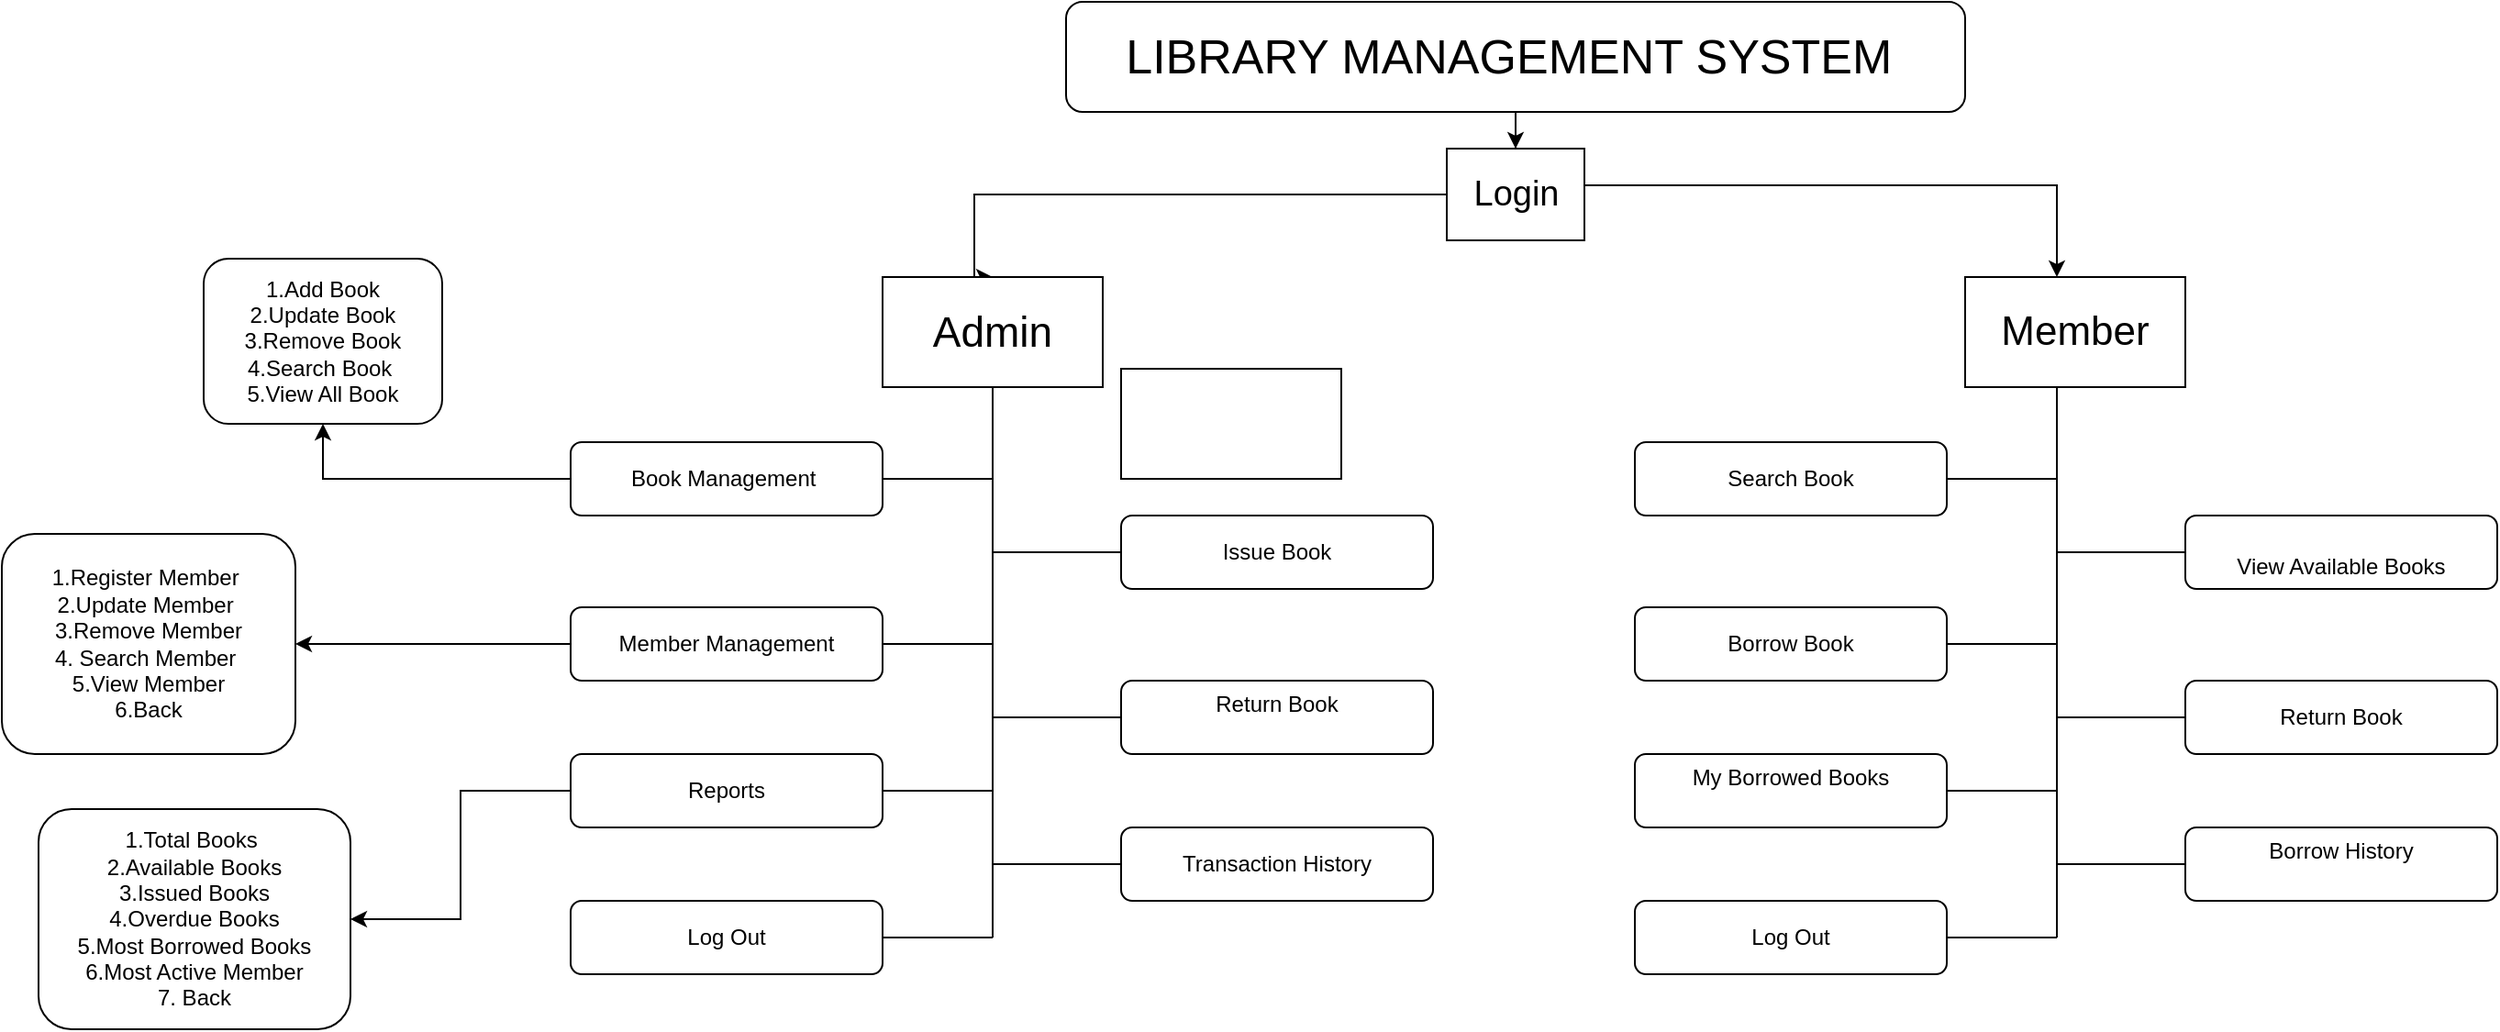
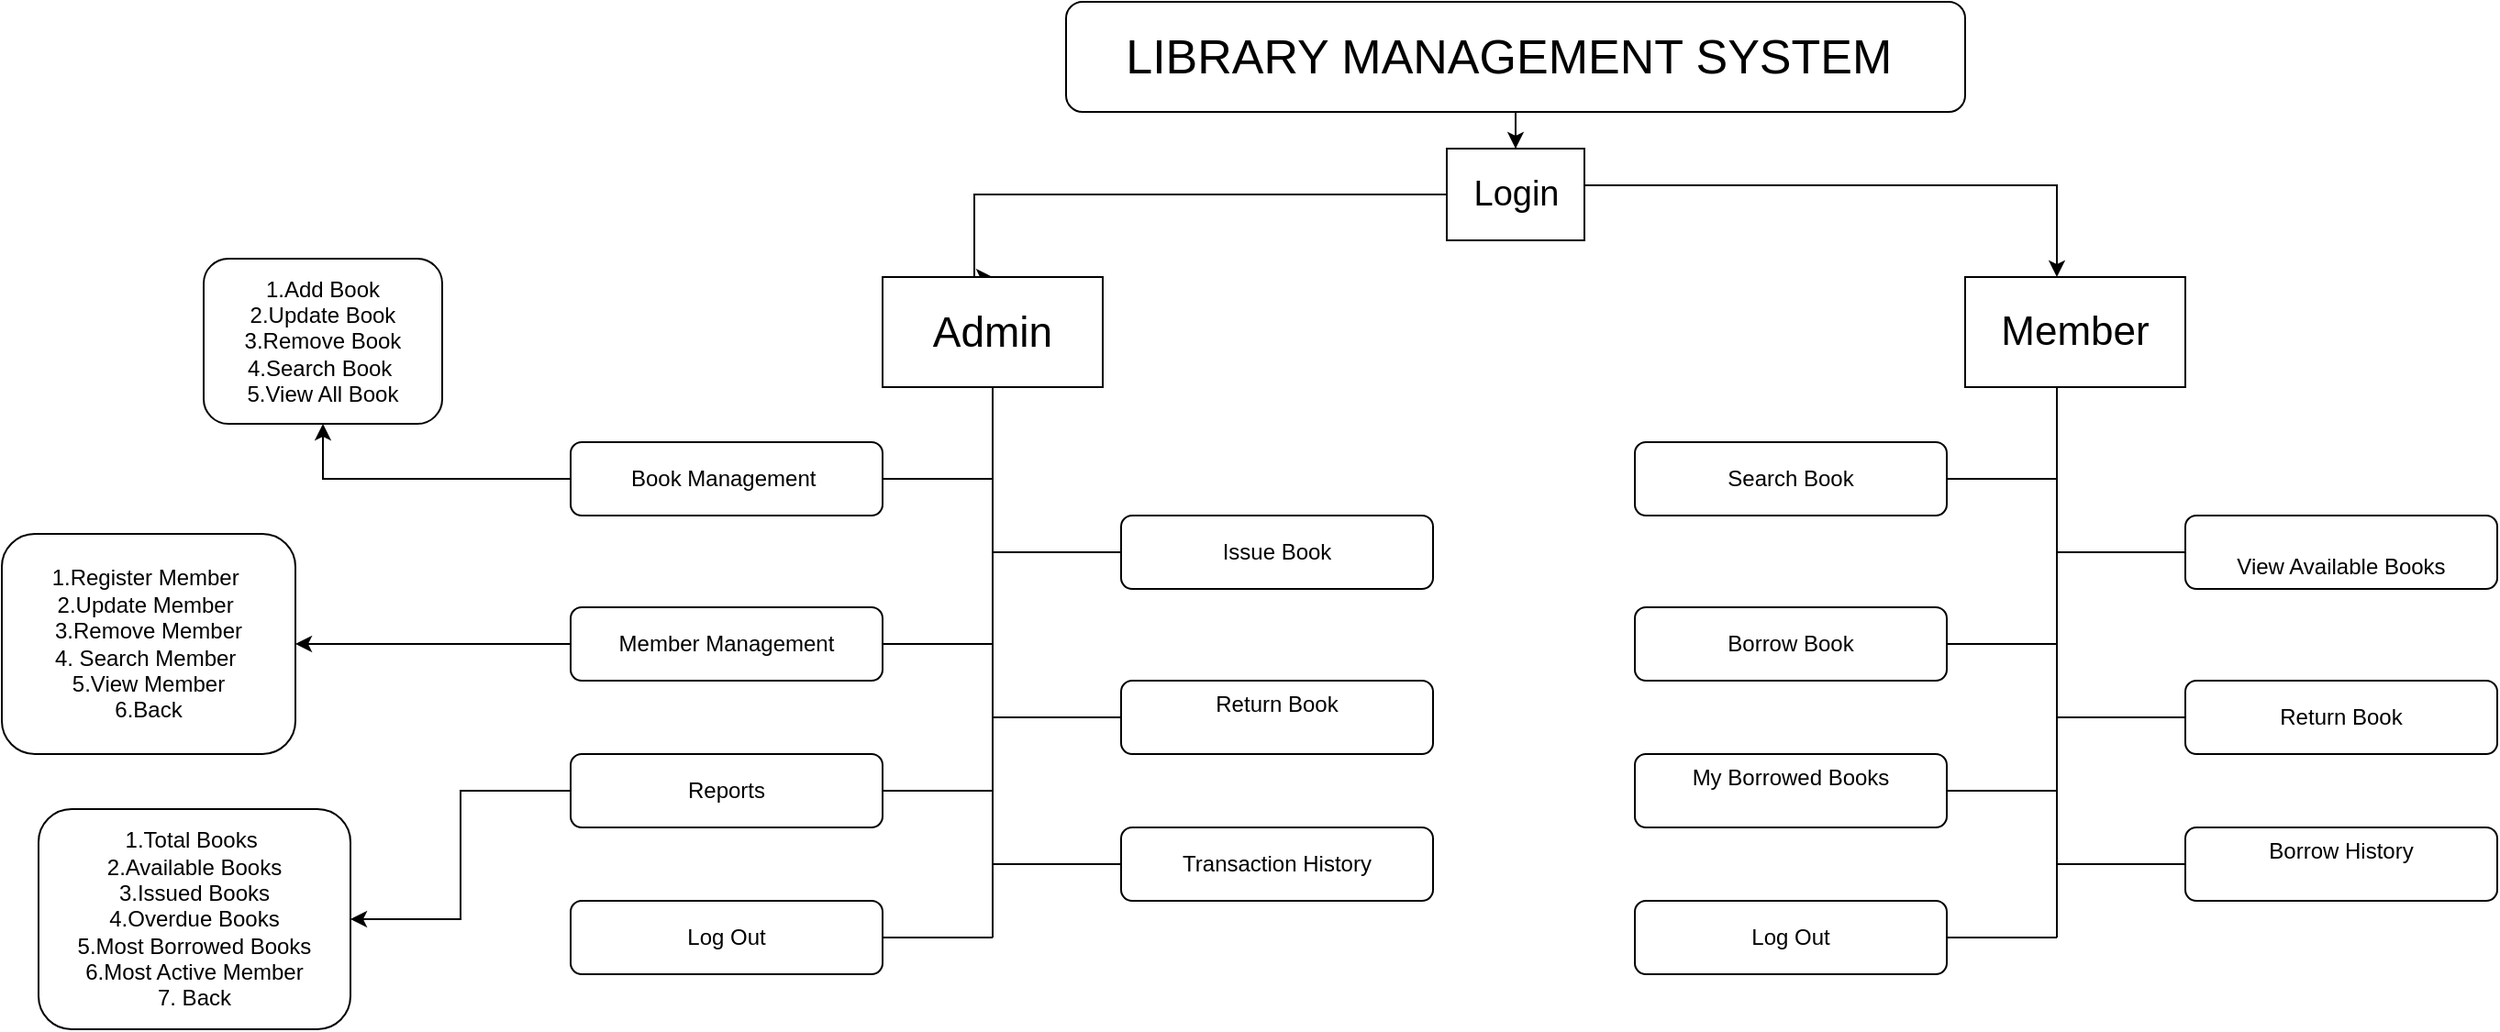
<mxfile host="app.diagrams.net" agent="Mozilla/5.0 (Windows NT 10.0; Win64; x64) AppleWebKit/537.36 (KHTML, like Gecko) Chrome/150.0.0.0 Safari/537.36" version="28.2.9">
  <diagram name="Page-1" id="ALS9TfCqg5eBpyUf8j7m">
-     <mxGraphModel dx="2761" dy="605" grid="1" gridSize="10" guides="1" tooltips="1" connect="1" arrows="1" fold="1" page="1" pageScale="1" pageWidth="850" pageHeight="1100" math="0" shadow="0">
+     <mxGraphModel dx="3533" dy="1045" grid="1" gridSize="10" guides="1" tooltips="1" connect="1" arrows="1" fold="1" page="1" pageScale="1" pageWidth="850" pageHeight="1100" math="0" shadow="0">
      <root>
        <mxCell id="0" />
        <mxCell id="1" parent="0" />
        <mxCell id="aOI_sVmLMZ7PSrJGsIdZ-10" style="edgeStyle=orthogonalEdgeStyle;rounded=0;orthogonalLoop=1;jettySize=auto;html=1;exitX=0.5;exitY=1;exitDx=0;exitDy=0;" parent="1" source="aOI_sVmLMZ7PSrJGsIdZ-7" edge="1">
          <mxGeometry relative="1" as="geometry">
            <mxPoint x="-420" y="180" as="targetPoint" />
            <Array as="points">
              <mxPoint x="-135" y="135" />
              <mxPoint x="-430" y="135" />
              <mxPoint x="-430" y="180" />
            </Array>
          </mxGeometry>
        </mxCell>
        <mxCell id="aOI_sVmLMZ7PSrJGsIdZ-11" style="edgeStyle=orthogonalEdgeStyle;rounded=0;orthogonalLoop=1;jettySize=auto;html=1;exitX=1;exitY=0.5;exitDx=0;exitDy=0;" parent="1" source="uWCTjBnmCBmoPS3BM1kT-151" edge="1">
          <mxGeometry relative="1" as="geometry">
            <mxPoint x="160" y="180" as="targetPoint" />
            <Array as="points">
              <mxPoint x="-135" y="135" />
              <mxPoint x="-135" y="130" />
              <mxPoint x="160" y="130" />
            </Array>
          </mxGeometry>
        </mxCell>
        <mxCell id="aOI_sVmLMZ7PSrJGsIdZ-7" value="&lt;span style=&quot;font-size: 26px;&quot;&gt;LIBRARY MANAGEMENT SYSTEM&amp;nbsp;&lt;/span&gt;" style="rounded=1;whiteSpace=wrap;html=1;" parent="1" vertex="1">
          <mxGeometry x="-380" y="30" width="490" height="60" as="geometry" />
        </mxCell>
        <mxCell id="aOI_sVmLMZ7PSrJGsIdZ-12" value="&lt;font style=&quot;font-size: 22px;&quot;&gt;Member&lt;/font&gt;" style="rounded=0;whiteSpace=wrap;html=1;" parent="1" vertex="1">
          <mxGeometry x="110" y="180" width="120" height="60" as="geometry" />
        </mxCell>
        <mxCell id="aOI_sVmLMZ7PSrJGsIdZ-13" value="&lt;font style=&quot;font-size: 23px;&quot;&gt;Admin&lt;/font&gt;" style="rounded=0;whiteSpace=wrap;html=1;" parent="1" vertex="1">
          <mxGeometry x="-480" y="180" width="120" height="60" as="geometry" />
        </mxCell>
        <mxCell id="uWCTjBnmCBmoPS3BM1kT-145" value="" style="edgeStyle=orthogonalEdgeStyle;rounded=0;orthogonalLoop=1;jettySize=auto;html=1;" edge="1" parent="1" source="uWCTjBnmCBmoPS3BM1kT-3" target="uWCTjBnmCBmoPS3BM1kT-144">
          <mxGeometry relative="1" as="geometry" />
        </mxCell>
        <mxCell id="uWCTjBnmCBmoPS3BM1kT-3" value="Book Management&amp;nbsp;" style="rounded=1;whiteSpace=wrap;html=1;" vertex="1" parent="1">
          <mxGeometry x="-650" y="270" width="170" height="40" as="geometry" />
        </mxCell>
        <mxCell id="uWCTjBnmCBmoPS3BM1kT-5" value="Issue Book" style="rounded=1;whiteSpace=wrap;html=1;" vertex="1" parent="1">
          <mxGeometry x="-350" y="310" width="170" height="40" as="geometry" />
        </mxCell>
        <mxCell id="uWCTjBnmCBmoPS3BM1kT-147" value="" style="edgeStyle=orthogonalEdgeStyle;rounded=0;orthogonalLoop=1;jettySize=auto;html=1;" edge="1" parent="1" source="uWCTjBnmCBmoPS3BM1kT-6" target="uWCTjBnmCBmoPS3BM1kT-146">
          <mxGeometry relative="1" as="geometry" />
        </mxCell>
        <mxCell id="uWCTjBnmCBmoPS3BM1kT-6" value="Member Management" style="rounded=1;whiteSpace=wrap;html=1;" vertex="1" parent="1">
          <mxGeometry x="-650" y="360" width="170" height="40" as="geometry" />
        </mxCell>
        <mxCell id="uWCTjBnmCBmoPS3BM1kT-7" value="&#xa;Return Book&#xa;&#xa;" style="rounded=1;whiteSpace=wrap;html=1;" vertex="1" parent="1">
          <mxGeometry x="-350" y="400" width="170" height="40" as="geometry" />
        </mxCell>
        <mxCell id="uWCTjBnmCBmoPS3BM1kT-149" value="" style="edgeStyle=orthogonalEdgeStyle;rounded=0;orthogonalLoop=1;jettySize=auto;html=1;" edge="1" parent="1" source="uWCTjBnmCBmoPS3BM1kT-8" target="uWCTjBnmCBmoPS3BM1kT-148">
          <mxGeometry relative="1" as="geometry" />
        </mxCell>
        <mxCell id="uWCTjBnmCBmoPS3BM1kT-8" value="Reports" style="rounded=1;whiteSpace=wrap;html=1;" vertex="1" parent="1">
          <mxGeometry x="-650" y="440" width="170" height="40" as="geometry" />
        </mxCell>
        <mxCell id="uWCTjBnmCBmoPS3BM1kT-11" value="" style="endArrow=none;html=1;rounded=0;exitX=1;exitY=0.5;exitDx=0;exitDy=0;" edge="1" parent="1" source="uWCTjBnmCBmoPS3BM1kT-3">
          <mxGeometry width="50" height="50" relative="1" as="geometry">
            <mxPoint x="-220" y="360" as="sourcePoint" />
            <mxPoint x="-420" y="290" as="targetPoint" />
          </mxGeometry>
        </mxCell>
        <mxCell id="uWCTjBnmCBmoPS3BM1kT-12" value="" style="endArrow=none;html=1;rounded=0;" edge="1" parent="1">
          <mxGeometry width="50" height="50" relative="1" as="geometry">
            <mxPoint x="-420" y="330" as="sourcePoint" />
            <mxPoint x="-350" y="330" as="targetPoint" />
          </mxGeometry>
        </mxCell>
        <mxCell id="uWCTjBnmCBmoPS3BM1kT-13" value="" style="endArrow=none;html=1;rounded=0;exitX=1;exitY=0.5;exitDx=0;exitDy=0;" edge="1" parent="1" source="uWCTjBnmCBmoPS3BM1kT-6">
          <mxGeometry width="50" height="50" relative="1" as="geometry">
            <mxPoint x="-460" y="380" as="sourcePoint" />
            <mxPoint x="-420" y="380" as="targetPoint" />
          </mxGeometry>
        </mxCell>
        <mxCell id="uWCTjBnmCBmoPS3BM1kT-14" value="" style="endArrow=none;html=1;rounded=0;entryX=0;entryY=0.5;entryDx=0;entryDy=0;" edge="1" parent="1" target="uWCTjBnmCBmoPS3BM1kT-7">
          <mxGeometry width="50" height="50" relative="1" as="geometry">
            <mxPoint x="-420" y="420" as="sourcePoint" />
            <mxPoint x="-320" y="420" as="targetPoint" />
          </mxGeometry>
        </mxCell>
        <mxCell id="uWCTjBnmCBmoPS3BM1kT-15" value="" style="endArrow=none;html=1;rounded=0;exitX=1;exitY=0.5;exitDx=0;exitDy=0;" edge="1" parent="1" source="uWCTjBnmCBmoPS3BM1kT-8">
          <mxGeometry width="50" height="50" relative="1" as="geometry">
            <mxPoint x="-450" y="450" as="sourcePoint" />
            <mxPoint x="-420" y="460" as="targetPoint" />
          </mxGeometry>
        </mxCell>
        <mxCell id="uWCTjBnmCBmoPS3BM1kT-16" value="Transaction History" style="rounded=1;whiteSpace=wrap;html=1;" vertex="1" parent="1">
          <mxGeometry x="-350" y="480" width="170" height="40" as="geometry" />
        </mxCell>
        <mxCell id="uWCTjBnmCBmoPS3BM1kT-17" value="" style="endArrow=none;html=1;rounded=0;entryX=0;entryY=0.5;entryDx=0;entryDy=0;" edge="1" parent="1" target="uWCTjBnmCBmoPS3BM1kT-16">
          <mxGeometry width="50" height="50" relative="1" as="geometry">
            <mxPoint x="-420" y="500" as="sourcePoint" />
            <mxPoint x="-320" y="510" as="targetPoint" />
          </mxGeometry>
        </mxCell>
        <mxCell id="uWCTjBnmCBmoPS3BM1kT-18" value="Log Out" style="rounded=1;whiteSpace=wrap;html=1;" vertex="1" parent="1">
          <mxGeometry x="-650" y="520" width="170" height="40" as="geometry" />
        </mxCell>
        <mxCell id="uWCTjBnmCBmoPS3BM1kT-19" value="" style="endArrow=none;html=1;rounded=0;exitX=1;exitY=0.5;exitDx=0;exitDy=0;" edge="1" parent="1" source="uWCTjBnmCBmoPS3BM1kT-18">
          <mxGeometry width="50" height="50" relative="1" as="geometry">
            <mxPoint x="-450" y="530" as="sourcePoint" />
            <mxPoint x="-420" y="540" as="targetPoint" />
          </mxGeometry>
        </mxCell>
        <mxCell id="uWCTjBnmCBmoPS3BM1kT-20" value="" style="endArrow=none;html=1;rounded=0;exitX=0.5;exitY=1;exitDx=0;exitDy=0;" edge="1" parent="1" source="aOI_sVmLMZ7PSrJGsIdZ-13">
          <mxGeometry width="50" height="50" relative="1" as="geometry">
            <mxPoint x="-290" y="360" as="sourcePoint" />
            <mxPoint x="-420" y="540" as="targetPoint" />
          </mxGeometry>
        </mxCell>
        <mxCell id="uWCTjBnmCBmoPS3BM1kT-126" value="Search Book" style="rounded=1;whiteSpace=wrap;html=1;" vertex="1" parent="1">
          <mxGeometry x="-70" y="270" width="170" height="40" as="geometry" />
        </mxCell>
        <mxCell id="uWCTjBnmCBmoPS3BM1kT-127" value="&lt;br&gt;View Available Books" style="rounded=1;whiteSpace=wrap;html=1;" vertex="1" parent="1">
          <mxGeometry x="230" y="310" width="170" height="40" as="geometry" />
        </mxCell>
        <mxCell id="uWCTjBnmCBmoPS3BM1kT-128" value="Borrow Book" style="rounded=1;whiteSpace=wrap;html=1;" vertex="1" parent="1">
          <mxGeometry x="-70" y="360" width="170" height="40" as="geometry" />
        </mxCell>
        <mxCell id="uWCTjBnmCBmoPS3BM1kT-129" value="Return Book" style="rounded=1;whiteSpace=wrap;html=1;" vertex="1" parent="1">
          <mxGeometry x="230" y="400" width="170" height="40" as="geometry" />
        </mxCell>
        <mxCell id="uWCTjBnmCBmoPS3BM1kT-130" value="&#xa;My Borrowed Books&#xa;&#xa;" style="rounded=1;whiteSpace=wrap;html=1;" vertex="1" parent="1">
          <mxGeometry x="-70" y="440" width="170" height="40" as="geometry" />
        </mxCell>
        <mxCell id="uWCTjBnmCBmoPS3BM1kT-131" value="" style="endArrow=none;html=1;rounded=0;exitX=1;exitY=0.5;exitDx=0;exitDy=0;" edge="1" parent="1" source="uWCTjBnmCBmoPS3BM1kT-126">
          <mxGeometry width="50" height="50" relative="1" as="geometry">
            <mxPoint x="360" y="360" as="sourcePoint" />
            <mxPoint x="160" y="290" as="targetPoint" />
          </mxGeometry>
        </mxCell>
        <mxCell id="uWCTjBnmCBmoPS3BM1kT-132" value="" style="endArrow=none;html=1;rounded=0;" edge="1" parent="1">
          <mxGeometry width="50" height="50" relative="1" as="geometry">
            <mxPoint x="160" y="330" as="sourcePoint" />
            <mxPoint x="230" y="330" as="targetPoint" />
          </mxGeometry>
        </mxCell>
        <mxCell id="uWCTjBnmCBmoPS3BM1kT-133" value="" style="endArrow=none;html=1;rounded=0;exitX=1;exitY=0.5;exitDx=0;exitDy=0;" edge="1" parent="1" source="uWCTjBnmCBmoPS3BM1kT-128">
          <mxGeometry width="50" height="50" relative="1" as="geometry">
            <mxPoint x="120" y="380" as="sourcePoint" />
            <mxPoint x="160" y="380" as="targetPoint" />
          </mxGeometry>
        </mxCell>
        <mxCell id="uWCTjBnmCBmoPS3BM1kT-134" value="" style="endArrow=none;html=1;rounded=0;entryX=0;entryY=0.5;entryDx=0;entryDy=0;" edge="1" parent="1" target="uWCTjBnmCBmoPS3BM1kT-129">
          <mxGeometry width="50" height="50" relative="1" as="geometry">
            <mxPoint x="160" y="420" as="sourcePoint" />
            <mxPoint x="260" y="420" as="targetPoint" />
          </mxGeometry>
        </mxCell>
        <mxCell id="uWCTjBnmCBmoPS3BM1kT-135" value="" style="endArrow=none;html=1;rounded=0;exitX=1;exitY=0.5;exitDx=0;exitDy=0;" edge="1" parent="1" source="uWCTjBnmCBmoPS3BM1kT-130">
          <mxGeometry width="50" height="50" relative="1" as="geometry">
            <mxPoint x="130" y="450" as="sourcePoint" />
            <mxPoint x="160" y="460" as="targetPoint" />
          </mxGeometry>
        </mxCell>
        <mxCell id="uWCTjBnmCBmoPS3BM1kT-136" value="&#xa;Borrow History&#xa;&#xa;" style="rounded=1;whiteSpace=wrap;html=1;" vertex="1" parent="1">
          <mxGeometry x="230" y="480" width="170" height="40" as="geometry" />
        </mxCell>
        <mxCell id="uWCTjBnmCBmoPS3BM1kT-137" value="" style="endArrow=none;html=1;rounded=0;entryX=0;entryY=0.5;entryDx=0;entryDy=0;" edge="1" parent="1" target="uWCTjBnmCBmoPS3BM1kT-136">
          <mxGeometry width="50" height="50" relative="1" as="geometry">
            <mxPoint x="160" y="500" as="sourcePoint" />
            <mxPoint x="260" y="510" as="targetPoint" />
          </mxGeometry>
        </mxCell>
        <mxCell id="uWCTjBnmCBmoPS3BM1kT-138" value="Log Out" style="rounded=1;whiteSpace=wrap;html=1;" vertex="1" parent="1">
          <mxGeometry x="-70" y="520" width="170" height="40" as="geometry" />
        </mxCell>
        <mxCell id="uWCTjBnmCBmoPS3BM1kT-139" value="" style="endArrow=none;html=1;rounded=0;exitX=1;exitY=0.5;exitDx=0;exitDy=0;" edge="1" parent="1" source="uWCTjBnmCBmoPS3BM1kT-138">
          <mxGeometry width="50" height="50" relative="1" as="geometry">
            <mxPoint x="130" y="530" as="sourcePoint" />
            <mxPoint x="160" y="540" as="targetPoint" />
          </mxGeometry>
        </mxCell>
        <mxCell id="uWCTjBnmCBmoPS3BM1kT-140" value="" style="endArrow=none;html=1;rounded=0;exitX=0.5;exitY=1;exitDx=0;exitDy=0;" edge="1" parent="1">
          <mxGeometry width="50" height="50" relative="1" as="geometry">
            <mxPoint x="160" y="240" as="sourcePoint" />
            <mxPoint x="160" y="540" as="targetPoint" />
          </mxGeometry>
        </mxCell>
        <mxCell id="uWCTjBnmCBmoPS3BM1kT-144" value="1.Add Book&lt;br&gt;2.Update Book&lt;br&gt;3.Remove Book&lt;br&gt;4.Search Book&amp;nbsp;&lt;br&gt;5.View All Book" style="whiteSpace=wrap;html=1;rounded=1;" vertex="1" parent="1">
          <mxGeometry x="-850" y="170" width="130" height="90" as="geometry" />
        </mxCell>
        <mxCell id="uWCTjBnmCBmoPS3BM1kT-146" value="1.Register Member&amp;nbsp;&lt;br&gt;2.Update Member&amp;nbsp;&lt;br&gt;3.Remove Member&lt;br&gt;4. Search Member&amp;nbsp;&lt;br&gt;5.View Member&lt;br&gt;6.Back" style="whiteSpace=wrap;html=1;rounded=1;" vertex="1" parent="1">
          <mxGeometry x="-960" y="320" width="160" height="120" as="geometry" />
        </mxCell>
        <mxCell id="uWCTjBnmCBmoPS3BM1kT-148" value="1.Total Books&amp;nbsp;&lt;br&gt;2.Available Books&lt;br&gt;3.Issued Books&lt;br&gt;4.Overdue Books&lt;br&gt;5.Most Borrowed Books&lt;br&gt;6.Most Active Member&lt;br&gt;7. Back" style="whiteSpace=wrap;html=1;rounded=1;" vertex="1" parent="1">
          <mxGeometry x="-940" y="470" width="170" height="120" as="geometry" />
        </mxCell>
-         <mxCell id="uWCTjBnmCBmoPS3BM1kT-150" value="" style="rounded=0;whiteSpace=wrap;html=1;" vertex="1" parent="1">
-           <mxGeometry x="-350" y="230" width="120" height="60" as="geometry" />
-         </mxCell>
        <mxCell id="uWCTjBnmCBmoPS3BM1kT-152" value="" style="edgeStyle=orthogonalEdgeStyle;rounded=0;orthogonalLoop=1;jettySize=auto;html=1;exitX=0.5;exitY=1;exitDx=0;exitDy=0;" edge="1" parent="1" source="aOI_sVmLMZ7PSrJGsIdZ-7" target="uWCTjBnmCBmoPS3BM1kT-151">
          <mxGeometry relative="1" as="geometry">
            <mxPoint x="160" y="180" as="targetPoint" />
            <mxPoint x="-135" y="90" as="sourcePoint" />
          </mxGeometry>
        </mxCell>
        <mxCell id="uWCTjBnmCBmoPS3BM1kT-151" value="&lt;font style=&quot;font-size: 19px;&quot;&gt;Login&lt;/font&gt;" style="rounded=0;whiteSpace=wrap;html=1;" vertex="1" parent="1">
          <mxGeometry x="-172.5" y="110" width="75" height="50" as="geometry" />
        </mxCell>
      </root>
    </mxGraphModel>
  </diagram>
</mxfile>
